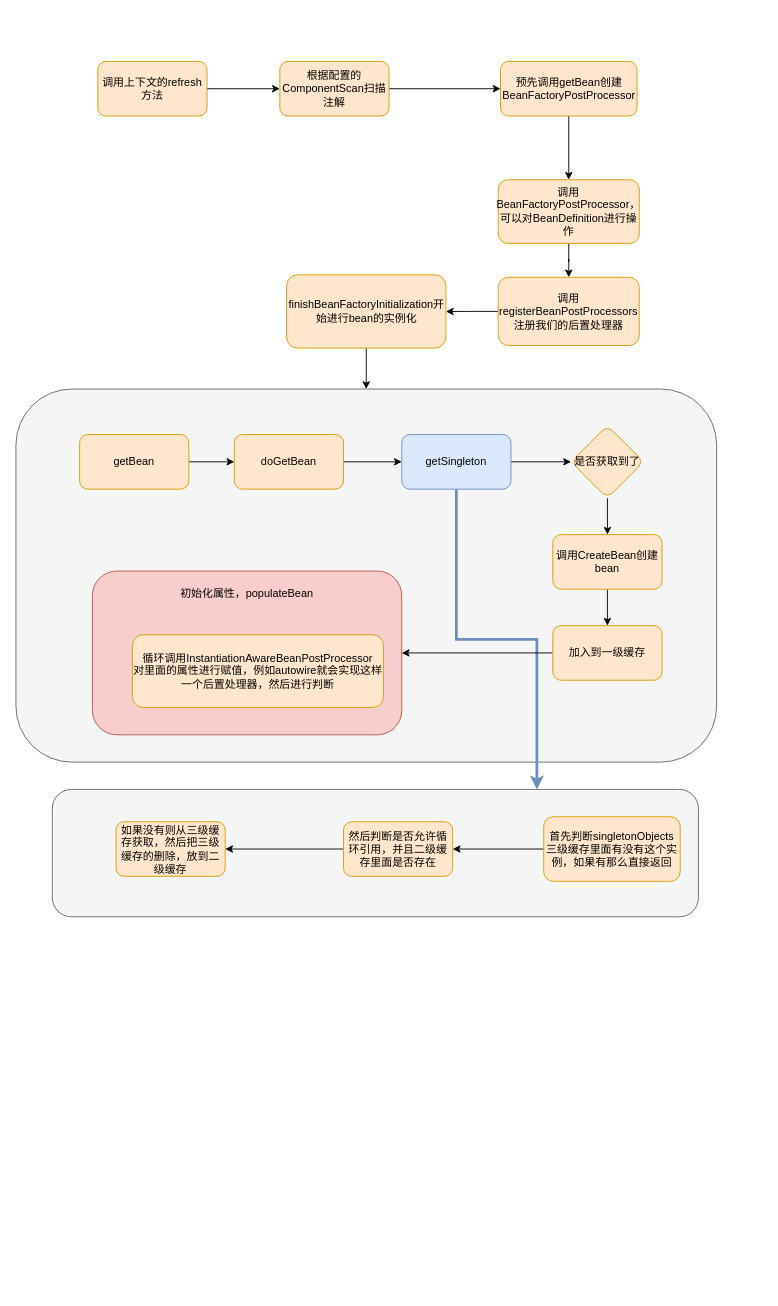
This is Spring启动流程.drawio from jenkinZhou/online-face, a draw.io file, before an edit. Source tidied: cells renumbered, new cells numbered last; positions are measured from the earlier drawing's top-left corner, leaving out a move shared by most shapes. Both pictures are drawn from the tidied source at 91%, with x=0, y=0 at pixel (15, 61).
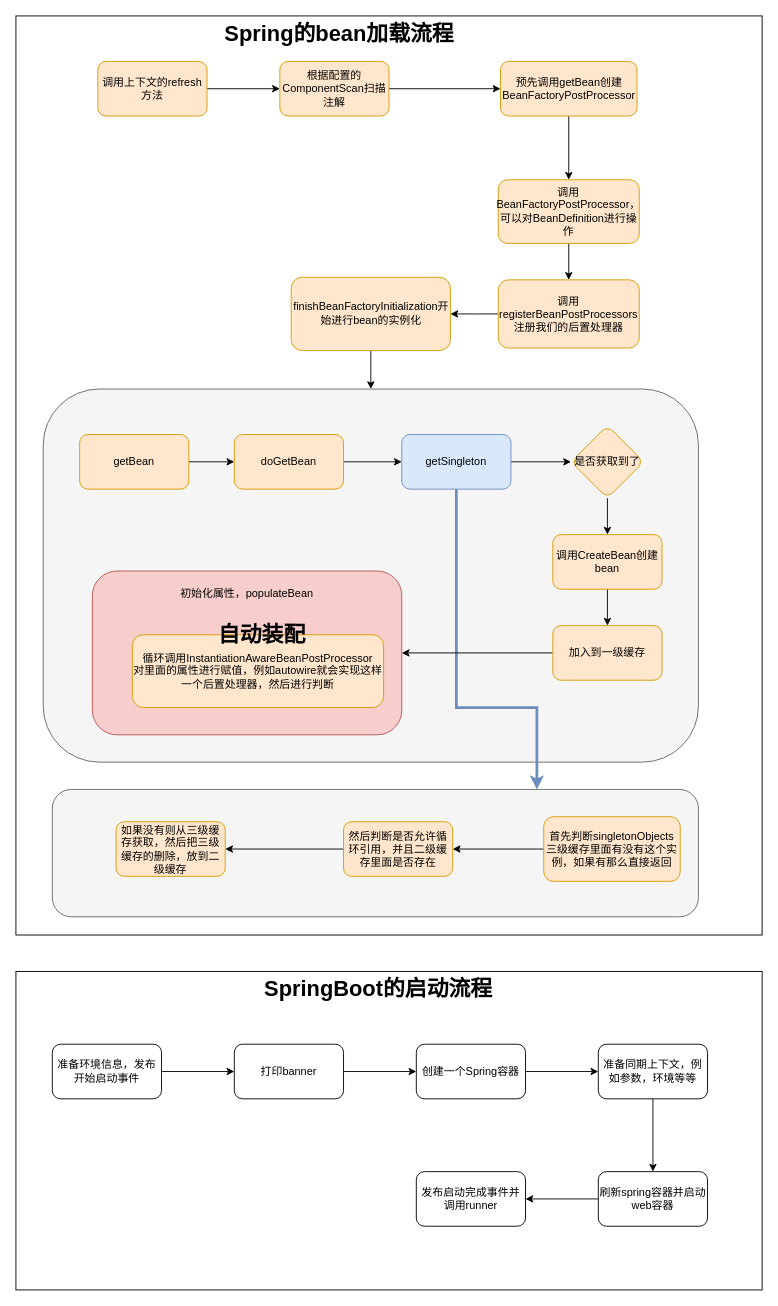
After the change.

Commit message (it also covers changes not shown here):
更新Spring启动流程.drawio

The change refers to these unchanged cells:
```xml
<mxCell id="21" value="getSingleton" style="whiteSpace=wrap;html=1;rounded=1;fillColor=#dae8fc;strokeColor=#6c8ebf;" parent="1" vertex="1">
  <mxGeometry x="424" y="410" width="120" height="60" as="geometry" />
</mxCell>
<mxCell id="31" style="rounded=1;whiteSpace=wrap;html=1;fillColor=#f5f5f5;fontColor=#333333;strokeColor=#666666;" parent="1" vertex="1">
  <mxGeometry x="40" y="800" width="710" height="140" as="geometry" />
</mxCell>
```

Diff of the diagram source:
```diff
@@
+    <mxCell id="37" style="rounded=0;whiteSpace=wrap;html=1;" parent="1" vertex="1">
+      <mxGeometry y="-50" width="820" height="1010" as="geometry" />
+    </mxCell>
@@
     <mxCell id="11" value="调用&lt;br/&gt;registerBeanPostProcessors&lt;br&gt;注册我们的后置处理器" style="whiteSpace=wrap;html=1;fillColor=#ffe6cc;strokeColor=#d79b00;rounded=1;" parent="1" vertex="1">
-      <mxGeometry x="530" y="237.2" width="155" height="75" as="geometry" />
+      <mxGeometry x="530" y="240" width="155" height="75" as="geometry" />
     </mxCell>
@@
     <mxCell id="13" value="finishBeanFactoryInitialization开始进行bean的实例化" style="whiteSpace=wrap;html=1;fillColor=#ffe6cc;strokeColor=#d79b00;rounded=1;" parent="1" vertex="1">
-      <mxGeometry x="297.5" y="234.5" width="175" height="80.5" as="geometry" />
+      <mxGeometry x="302.5" y="237.2" width="175" height="80.5" as="geometry" />
     </mxCell>
     <mxCell id="14" style="rounded=1;whiteSpace=wrap;html=1;fillColor=#f5f5f5;fontColor=#333333;strokeColor=#666666;" parent="1" vertex="1">
-      <mxGeometry y="360" width="770" height="410" as="geometry" />
+      <mxGeometry x="30" y="360" width="720" height="410" as="geometry" />
     </mxCell>
@@
     <mxCell id="20" style="edgeStyle=orthogonalEdgeStyle;rounded=0;jettySize=auto;html=1;exitX=0.5;exitY=1;exitDx=0;exitDy=0;entryX=0.75;entryY=0;entryDx=0;entryDy=0;strokeWidth=3;fillColor=#dae8fc;strokeColor=#6c8ebf;" parent="1" edge="1" source="21" target="31">
-      <mxGeometry relative="1" as="geometry" />
+      <mxGeometry relative="1" as="geometry">
+        <Array as="points">
+          <mxPoint x="484" y="710" />
+          <mxPoint x="573" y="710" />
+        </Array>
+      </mxGeometry>
     </mxCell>
@@
+    <mxCell id="38" value="Spring的bean加载流程" style="text;strokeColor=none;fillColor=none;html=1;fontSize=24;fontStyle=1;verticalAlign=middle;align=center;" parent="1" vertex="1">
+      <mxGeometry x="220" y="-50" width="270" height="40" as="geometry" />
+    </mxCell>
+    <mxCell id="39" style="rounded=0;whiteSpace=wrap;html=1;" parent="1" vertex="1">
+      <mxGeometry y="1000" width="820" height="350" as="geometry" />
+    </mxCell>
+    <mxCell id="40" value="SpringBoot的启动流程" style="text;strokeColor=none;fillColor=none;html=1;fontSize=24;fontStyle=1;verticalAlign=middle;align=center;" parent="1" vertex="1">
+      <mxGeometry x="262.5" y="1000" width="270" height="40" as="geometry" />
+    </mxCell>
+    <mxCell id="41" style="edgeStyle=orthogonalEdgeStyle;rounded=0;jettySize=auto;html=1;strokeWidth=1;" parent="1" edge="1" source="42" target="44">
+      <mxGeometry relative="1" as="geometry" />
+    </mxCell>
+    <mxCell id="42" value="准备环境信息，发布开始启动事件" style="rounded=1;whiteSpace=wrap;html=1;" parent="1" vertex="1">
+      <mxGeometry x="40" y="1080" width="120" height="60" as="geometry" />
+    </mxCell>
+    <mxCell id="43" style="edgeStyle=orthogonalEdgeStyle;rounded=0;jettySize=auto;html=1;strokeWidth=1;" parent="1" edge="1" source="44" target="46">
+      <mxGeometry relative="1" as="geometry" />
+    </mxCell>
+    <mxCell id="44" value="打印banner" style="whiteSpace=wrap;html=1;rounded=1;" parent="1" vertex="1">
+      <mxGeometry x="240" y="1080" width="120" height="60" as="geometry" />
+    </mxCell>
+    <mxCell id="45" style="edgeStyle=orthogonalEdgeStyle;rounded=0;jettySize=auto;html=1;strokeWidth=1;" parent="1" edge="1" source="46" target="48">
+      <mxGeometry relative="1" as="geometry" />
+    </mxCell>
+    <mxCell id="46" value="创建一个Spring容器" style="whiteSpace=wrap;html=1;rounded=1;" parent="1" vertex="1">
+      <mxGeometry x="440" y="1080" width="120" height="60" as="geometry" />
+    </mxCell>
+    <mxCell id="47" style="edgeStyle=orthogonalEdgeStyle;rounded=0;jettySize=auto;html=1;strokeWidth=1;" parent="1" edge="1" source="48" target="50">
+      <mxGeometry relative="1" as="geometry" />
+    </mxCell>
+    <mxCell id="48" value="准备同期上下文，例如参数，环境等等" style="whiteSpace=wrap;html=1;rounded=1;" parent="1" vertex="1">
+      <mxGeometry x="640" y="1080" width="120" height="60" as="geometry" />
+    </mxCell>
+    <mxCell id="49" style="edgeStyle=orthogonalEdgeStyle;rounded=0;jettySize=auto;html=1;strokeWidth=1;" parent="1" edge="1" source="50" target="51">
+      <mxGeometry relative="1" as="geometry" />
+    </mxCell>
+    <mxCell id="50" value="刷新spring容器并启动web容器" style="whiteSpace=wrap;html=1;rounded=1;" parent="1" vertex="1">
+      <mxGeometry x="640" y="1220" width="120" height="60" as="geometry" />
+    </mxCell>
+    <mxCell id="51" value="发布启动完成事件并调用runner" style="whiteSpace=wrap;html=1;rounded=1;" parent="1" vertex="1">
+      <mxGeometry x="440" y="1220" width="120" height="60" as="geometry" />
+    </mxCell>
+    <mxCell id="52" value="&lt;font style=&quot;font-size: 24px;&quot;&gt;自动装配&lt;/font&gt;" style="text;strokeColor=none;fillColor=none;html=1;fontSize=24;fontStyle=1;verticalAlign=middle;align=center;" parent="1" vertex="1">
+      <mxGeometry x="220" y="610" width="100" height="40" as="geometry" />
+    </mxCell>
```
